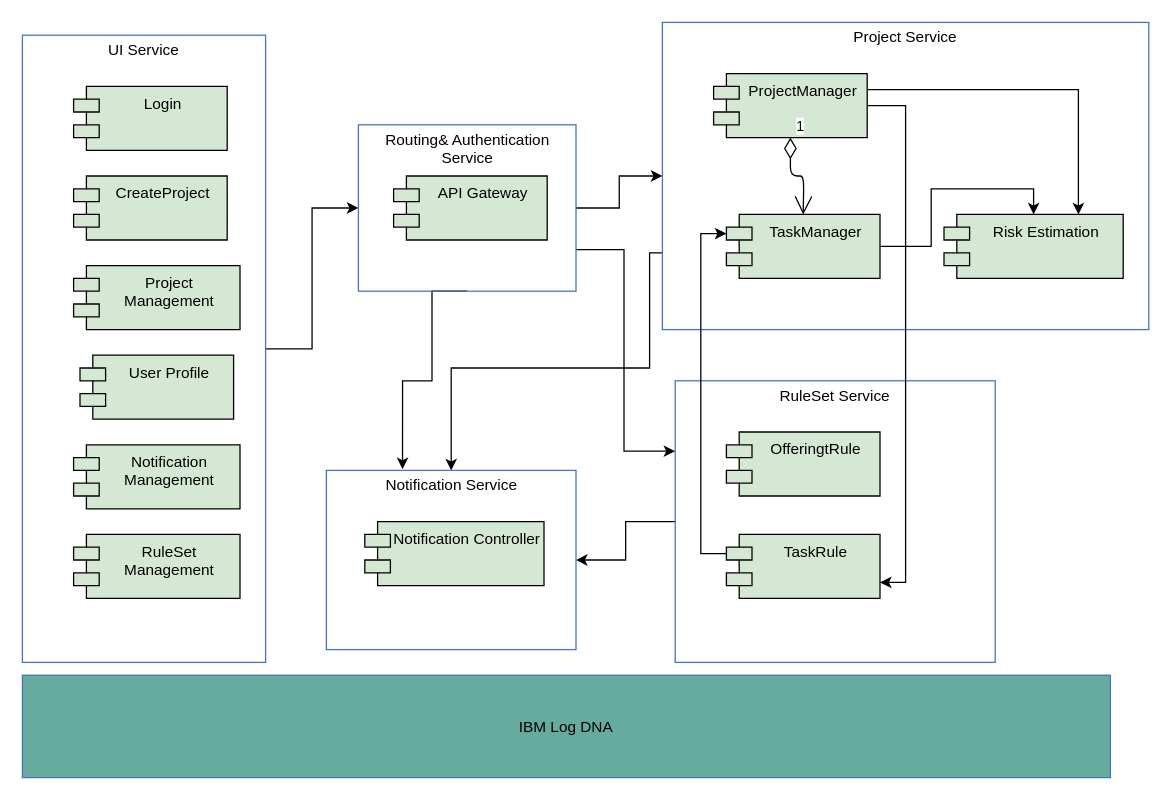
Earlier version of the draw.io diagram page "Component Model" (3 of 6) of oasis-architecture.drawio (JackZhao2517/drawio_folder). Source tidied: cells renumbered, new cells numbered last; positions are measured from the earlier drawing's top-left corner, leaving out a move shared by most shapes. Both pictures are drawn from the tidied source at 128%, with x=0, y=0 at pixel (22, 22).
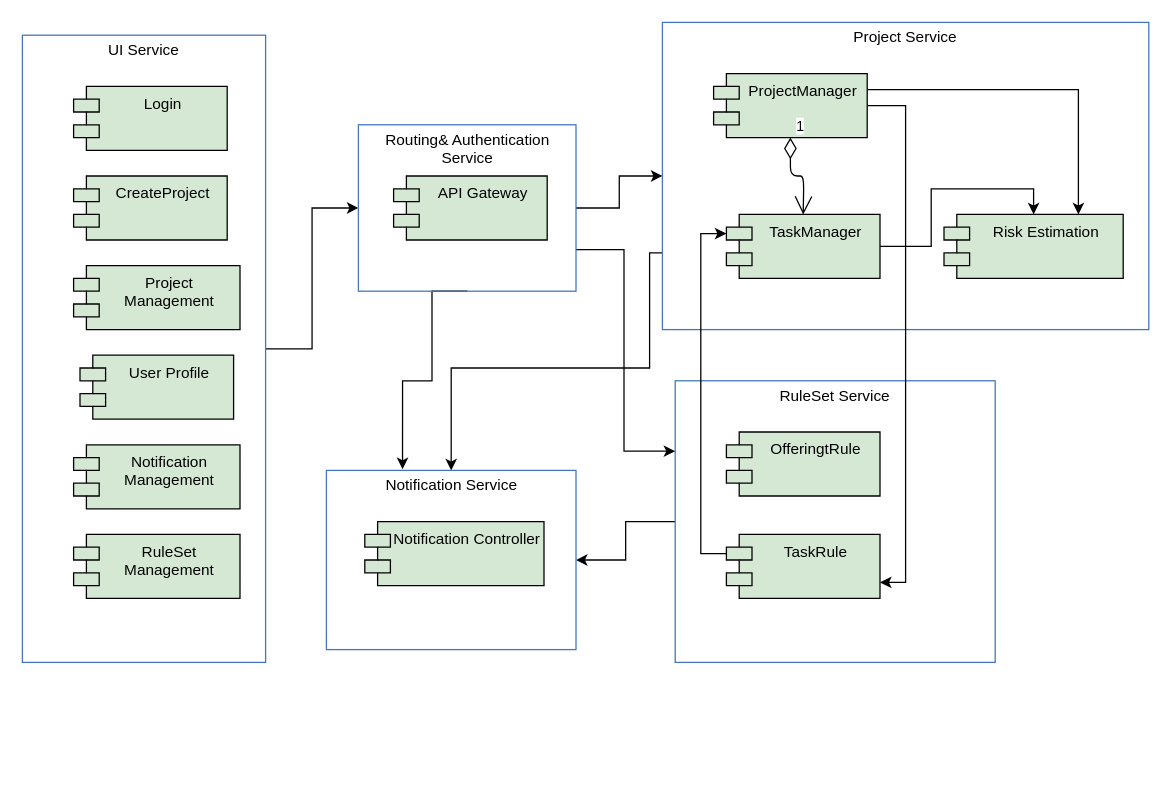
The same diagram, later.

Diff of the diagram source:
```diff
@@
-    <mxCell id="31" value="&lt;div&gt;&lt;br&gt;&lt;/div&gt;&lt;div&gt;&lt;br&gt;&lt;/div&gt;&lt;div&gt;IBM Log DNA&lt;br&gt;&lt;/div&gt;" style="fontStyle=0;verticalAlign=top;align=center;spacingTop=-2;fillColor=#67AB9F;rounded=0;whiteSpace=wrap;html=1;strokeColor=#4376BB;strokeWidth=1;dashed=0;" parent="1" vertex="1">
-      <mxGeometry y="510" width="850" height="80" as="geometry" />
-    </mxCell>
```
